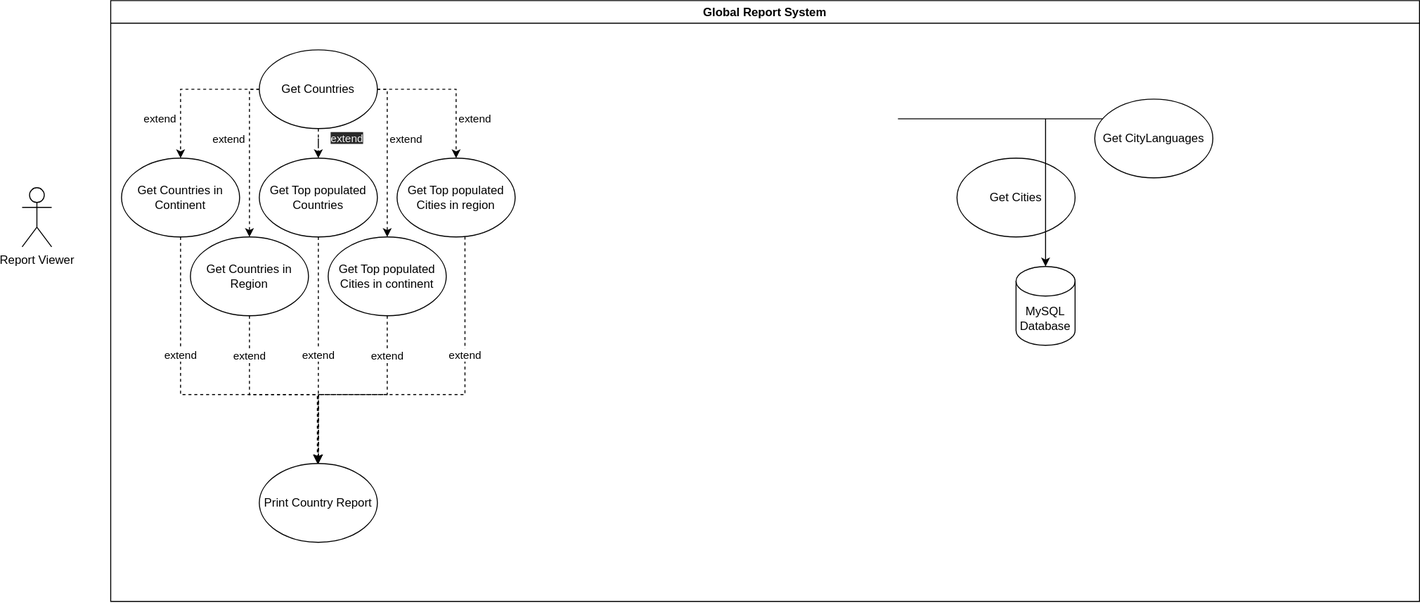
GregEwens/sem keeps this draw.io diagram as use_cases/use_cases.svg. Above is the earlier version. Source tidied: cells renumbered, new cells last; positions are measured from the earlier drawing's top-left corner, leaving out a move shared by most shapes.
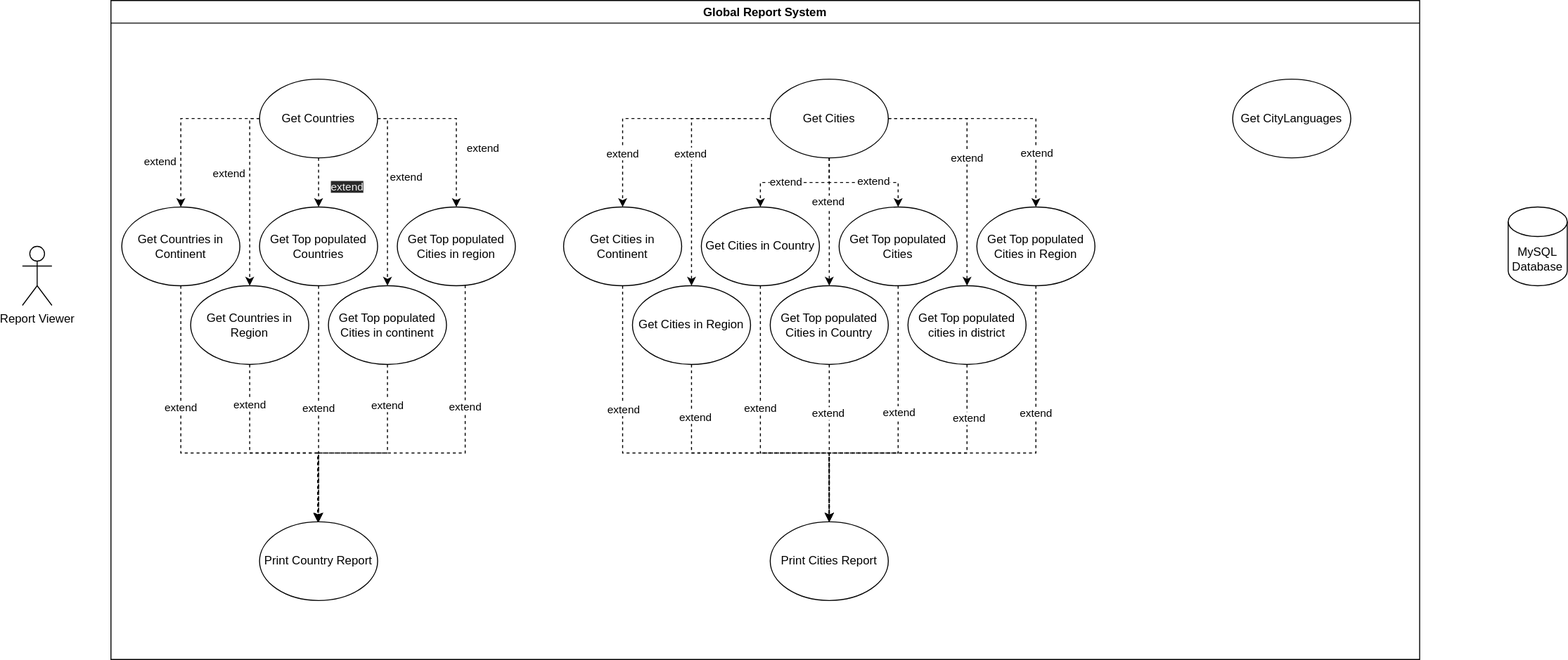
After the commit.

Commit message:
Build use case diagram work in progress

What changed in the source:
```diff
@@ -3,7 +3,7 @@
     <mxCell id="0" />
     <mxCell id="1" parent="0" />
     <mxCell id="2" value="Global Report System" style="swimlane;" parent="1" vertex="1">
-      <mxGeometry x="90" width="1330" height="610" as="geometry" />
+      <mxGeometry x="90" y="-60" width="1330" height="670" as="geometry" />
     </mxCell>
     <mxCell id="3" value="&#10;&#10;&lt;span style=&quot;color: rgb(240, 240, 240); font-family: helvetica; font-size: 11px; font-style: normal; font-weight: 400; letter-spacing: normal; text-align: center; text-indent: 0px; text-transform: none; word-spacing: 0px; background-color: rgb(42, 42, 42); display: inline; float: none;&quot;&gt;extend&lt;/span&gt;&#10;&#10;" style="edgeStyle=orthogonalEdgeStyle;rounded=0;jettySize=auto;html=1;entryX=0.5;entryY=0;entryDx=0;entryDy=0;dashed=1;" parent="2" edge="1" source="12" target="24">
       <mxGeometry x="0.2" y="29" relative="1" as="geometry" />
@@ -27,7 +27,7 @@
     <mxCell id="8" style="edgeStyle=orthogonalEdgeStyle;rounded=0;jettySize=auto;html=1;dashed=1;" parent="2" edge="1" source="12" target="21">
       <mxGeometry relative="1" as="geometry">
         <Array as="points">
-          <mxPoint x="141" y="90" />
+          <mxPoint x="141" y="120" />
         </Array>
       </mxGeometry>
     </mxCell>
@@ -39,7 +39,7 @@
     <mxCell id="10" style="edgeStyle=orthogonalEdgeStyle;rounded=0;jettySize=auto;html=1;entryX=0.5;entryY=0;entryDx=0;entryDy=0;dashed=1;" parent="2" edge="1" source="12" target="27">
       <mxGeometry relative="1" as="geometry">
         <Array as="points">
-          <mxPoint x="281" y="90" />
+          <mxPoint x="281" y="120" />
         </Array>
       </mxGeometry>
     </mxCell>
@@ -49,22 +49,66 @@
       </mxGeometry>
     </mxCell>
     <mxCell id="12" value="Get Countries" style="ellipse;whiteSpace=wrap;html=1;" parent="2" vertex="1">
-      <mxGeometry x="151" y="50" width="120" height="80" as="geometry" />
+      <mxGeometry x="151" y="80" width="120" height="80" as="geometry" />
     </mxCell>
+    <mxCell id="34" style="edgeStyle=orthogonalEdgeStyle;rounded=0;jettySize=auto;html=1;dashed=1;" parent="2" edge="1" source="13" target="50">
+      <mxGeometry relative="1" as="geometry" />
+    </mxCell>
+    <mxCell id="35" value="extend" style="edgeLabel;html=1;align=center;verticalAlign=middle;" parent="34" vertex="1">
+      <mxGeometry x="0.55" relative="1" as="geometry" />
+    </mxCell>
+    <mxCell id="36" style="edgeStyle=orthogonalEdgeStyle;rounded=0;jettySize=auto;html=1;dashed=1;" parent="2" edge="1" source="13" target="53">
+      <mxGeometry relative="1" as="geometry" />
+    </mxCell>
+    <mxCell id="37" value="extend" style="edgeLabel;html=1;align=center;verticalAlign=middle;" parent="36" vertex="1">
+      <mxGeometry x="-0.07" y="-1" relative="1" as="geometry" />
+    </mxCell>
+    <mxCell id="38" style="edgeStyle=orthogonalEdgeStyle;rounded=0;jettySize=auto;html=1;entryX=0.5;entryY=0;entryDx=0;entryDy=0;dashed=1;" parent="2" edge="1" source="13" target="56">
+      <mxGeometry relative="1" as="geometry" />
+    </mxCell>
+    <mxCell id="39" value="extend" style="edgeLabel;html=1;align=center;verticalAlign=middle;" parent="38" vertex="1">
+      <mxGeometry x="0.15" relative="1" as="geometry" />
+    </mxCell>
+    <mxCell id="40" style="edgeStyle=orthogonalEdgeStyle;rounded=0;jettySize=auto;html=1;entryX=0.5;entryY=0;entryDx=0;entryDy=0;dashed=1;" parent="2" edge="1" source="13" target="59">
+      <mxGeometry relative="1" as="geometry" />
+    </mxCell>
+    <mxCell id="41" value="extend" style="edgeLabel;html=1;align=center;verticalAlign=middle;" parent="40" vertex="1">
+      <mxGeometry x="-0.32" y="-1" relative="1" as="geometry" />
+    </mxCell>
+    <mxCell id="42" style="edgeStyle=orthogonalEdgeStyle;rounded=0;jettySize=auto;html=1;entryX=0.5;entryY=0;entryDx=0;entryDy=0;dashed=1;" parent="2" edge="1" source="13" target="62">
+      <mxGeometry relative="1" as="geometry" />
+    </mxCell>
+    <mxCell id="43" value="extend" style="edgeLabel;html=1;align=center;verticalAlign=middle;" parent="42" vertex="1">
+      <mxGeometry x="0.16" y="1" relative="1" as="geometry" />
+    </mxCell>
+    <mxCell id="44" style="edgeStyle=orthogonalEdgeStyle;rounded=0;jettySize=auto;html=1;dashed=1;" parent="2" edge="1" source="13" target="65">
+      <mxGeometry relative="1" as="geometry" />
+    </mxCell>
+    <mxCell id="45" value="extend" style="edgeLabel;html=1;align=center;verticalAlign=middle;" parent="44" vertex="1">
+      <mxGeometry x="0.1" y="-1" relative="1" as="geometry">
+        <mxPoint x="1" y="-17" as="offset" />
+      </mxGeometry>
+    </mxCell>
+    <mxCell id="46" style="edgeStyle=orthogonalEdgeStyle;rounded=0;jettySize=auto;html=1;dashed=1;" parent="2" edge="1" source="13" target="68">
+      <mxGeometry relative="1" as="geometry" />
+    </mxCell>
+    <mxCell id="47" value="extend" style="edgeLabel;html=1;align=center;verticalAlign=middle;" parent="46" vertex="1">
+      <mxGeometry x="0.54" y="1" relative="1" as="geometry" />
+    </mxCell>
     <mxCell id="13" value="Get Cities" style="ellipse;whiteSpace=wrap;html=1;" parent="2" vertex="1">
-      <mxGeometry x="860" y="160" width="120" height="80" as="geometry" />
+      <mxGeometry x="670" y="80" width="120" height="80" as="geometry" />
     </mxCell>
     <mxCell id="14" value="Get CityLanguages" style="ellipse;whiteSpace=wrap;html=1;" parent="2" vertex="1">
-      <mxGeometry x="1000" y="100" width="120" height="80" as="geometry" />
+      <mxGeometry x="1140" y="80" width="120" height="80" as="geometry" />
     </mxCell>
     <mxCell id="15" value="Print Country Report" style="ellipse;whiteSpace=wrap;html=1;" parent="2" vertex="1">
-      <mxGeometry x="151" y="470" width="120" height="80" as="geometry" />
+      <mxGeometry x="151" y="530" width="120" height="80" as="geometry" />
     </mxCell>
     <mxCell id="16" style="edgeStyle=orthogonalEdgeStyle;rounded=0;jettySize=auto;html=1;dashed=1;" parent="2" edge="1" source="18" target="15">
       <mxGeometry relative="1" as="geometry">
         <Array as="points">
-          <mxPoint x="71" y="400" />
-          <mxPoint x="211" y="400" />
+          <mxPoint x="71" y="460" />
+          <mxPoint x="211" y="460" />
         </Array>
       </mxGeometry>
     </mxCell>
@@ -74,13 +118,13 @@
       </mxGeometry>
     </mxCell>
     <mxCell id="18" value="Get Countries in Continent" style="ellipse;whiteSpace=wrap;html=1;" parent="2" vertex="1">
-      <mxGeometry x="11" y="160" width="120" height="80" as="geometry" />
+      <mxGeometry x="11" y="210" width="120" height="80" as="geometry" />
     </mxCell>
     <mxCell id="19" style="edgeStyle=orthogonalEdgeStyle;rounded=0;jettySize=auto;html=1;entryX=0.5;entryY=0;entryDx=0;entryDy=0;dashed=1;" parent="2" edge="1" source="21" target="15">
       <mxGeometry relative="1" as="geometry">
         <Array as="points">
-          <mxPoint x="141" y="400" />
-          <mxPoint x="211" y="400" />
+          <mxPoint x="141" y="460" />
+          <mxPoint x="211" y="460" />
         </Array>
       </mxGeometry>
     </mxCell>
@@ -90,7 +134,7 @@
       </mxGeometry>
     </mxCell>
     <mxCell id="21" value="Get Countries in Region" style="ellipse;whiteSpace=wrap;html=1;" parent="2" vertex="1">
-      <mxGeometry x="81" y="240" width="120" height="80" as="geometry" />
+      <mxGeometry x="81" y="290" width="120" height="80" as="geometry" />
     </mxCell>
     <mxCell id="22" style="edgeStyle=orthogonalEdgeStyle;rounded=0;jettySize=auto;html=1;entryX=0.5;entryY=0;entryDx=0;entryDy=0;dashed=1;" parent="2" edge="1" source="24" target="15">
       <mxGeometry relative="1" as="geometry" />
@@ -101,13 +145,13 @@
       </mxGeometry>
     </mxCell>
     <mxCell id="24" value="Get Top populated Countries" style="ellipse;whiteSpace=wrap;html=1;" parent="2" vertex="1">
-      <mxGeometry x="151" y="160" width="120" height="80" as="geometry" />
+      <mxGeometry x="151" y="210" width="120" height="80" as="geometry" />
     </mxCell>
     <mxCell id="25" style="edgeStyle=orthogonalEdgeStyle;rounded=0;jettySize=auto;html=1;entryX=0.5;entryY=0;entryDx=0;entryDy=0;dashed=1;" parent="2" edge="1" source="27" target="15">
       <mxGeometry relative="1" as="geometry">
         <Array as="points">
-          <mxPoint x="281" y="400" />
-          <mxPoint x="211" y="400" />
+          <mxPoint x="281" y="460" />
+          <mxPoint x="211" y="460" />
         </Array>
       </mxGeometry>
     </mxCell>
@@ -117,25 +161,113 @@
       </mxGeometry>
     </mxCell>
     <mxCell id="27" value="Get Top populated Cities in continent" style="ellipse;whiteSpace=wrap;html=1;" parent="2" vertex="1">
-      <mxGeometry x="221" y="240" width="120" height="80" as="geometry" />
+      <mxGeometry x="221" y="290" width="120" height="80" as="geometry" />
     </mxCell>
     <mxCell id="28" value="&lt;span&gt;Get Top populated Cities in region&lt;/span&gt;" style="ellipse;whiteSpace=wrap;html=1;" parent="2" vertex="1">
-      <mxGeometry x="291" y="160" width="120" height="80" as="geometry" />
+      <mxGeometry x="291" y="210" width="120" height="80" as="geometry" />
     </mxCell>
+    <mxCell id="48" style="edgeStyle=orthogonalEdgeStyle;rounded=0;jettySize=auto;html=1;dashed=1;" parent="2" edge="1" source="50" target="69">
+      <mxGeometry relative="1" as="geometry">
+        <Array as="points">
+          <mxPoint x="520" y="460" />
+          <mxPoint x="730" y="460" />
+        </Array>
+      </mxGeometry>
+    </mxCell>
+    <mxCell id="49" value="extend" style="edgeLabel;html=1;align=center;verticalAlign=middle;" parent="48" vertex="1">
+      <mxGeometry x="-0.44" y="1" relative="1" as="geometry" />
+    </mxCell>
+    <mxCell id="50" value="Get Cities in Continent" style="ellipse;whiteSpace=wrap;html=1;" parent="2" vertex="1">
+      <mxGeometry x="460" y="210" width="120" height="80" as="geometry" />
+    </mxCell>
+    <mxCell id="51" style="edgeStyle=orthogonalEdgeStyle;rounded=0;jettySize=auto;html=1;dashed=1;" parent="2" edge="1" source="53" target="69">
+      <mxGeometry relative="1" as="geometry">
+        <Array as="points">
+          <mxPoint x="590" y="460" />
+          <mxPoint x="730" y="460" />
+        </Array>
+      </mxGeometry>
+    </mxCell>
+    <mxCell id="52" value="extend" style="edgeLabel;html=1;align=center;verticalAlign=middle;" parent="51" vertex="1">
+      <mxGeometry x="-0.64" y="4" relative="1" as="geometry" />
+    </mxCell>
+    <mxCell id="53" value="&lt;span&gt;Get Cities in Region&lt;/span&gt;" style="ellipse;whiteSpace=wrap;html=1;" parent="2" vertex="1">
+      <mxGeometry x="530" y="290" width="120" height="80" as="geometry" />
+    </mxCell>
+    <mxCell id="54" style="edgeStyle=orthogonalEdgeStyle;rounded=0;jettySize=auto;html=1;dashed=1;" parent="2" edge="1" source="56" target="69">
+      <mxGeometry relative="1" as="geometry">
+        <Array as="points">
+          <mxPoint x="660" y="460" />
+          <mxPoint x="730" y="460" />
+        </Array>
+      </mxGeometry>
+    </mxCell>
+    <mxCell id="55" value="extend" style="edgeLabel;html=1;align=center;verticalAlign=middle;" parent="54" vertex="1">
+      <mxGeometry x="-0.2" relative="1" as="geometry" />
+    </mxCell>
+    <mxCell id="56" value="&lt;span&gt;Get Cities in Country&lt;/span&gt;" style="ellipse;whiteSpace=wrap;html=1;" parent="2" vertex="1">
+      <mxGeometry x="600" y="210" width="120" height="80" as="geometry" />
+    </mxCell>
+    <mxCell id="57" style="edgeStyle=orthogonalEdgeStyle;rounded=0;jettySize=auto;html=1;dashed=1;" parent="2" edge="1" source="59" target="69">
+      <mxGeometry relative="1" as="geometry" />
+    </mxCell>
+    <mxCell id="58" value="extend" style="edgeLabel;html=1;align=center;verticalAlign=middle;" parent="57" vertex="1">
+      <mxGeometry x="-0.38" y="-1" relative="1" as="geometry" />
+    </mxCell>
+    <mxCell id="59" value="&lt;span&gt;Get Top populated Cities in Country&lt;/span&gt;" style="ellipse;whiteSpace=wrap;html=1;" parent="2" vertex="1">
+      <mxGeometry x="670" y="290" width="120" height="80" as="geometry" />
+    </mxCell>
+    <mxCell id="60" style="edgeStyle=orthogonalEdgeStyle;rounded=0;jettySize=auto;html=1;dashed=1;" parent="2" edge="1" source="62" target="69">
+      <mxGeometry relative="1" as="geometry">
+        <Array as="points">
+          <mxPoint x="800" y="460" />
+          <mxPoint x="730" y="460" />
+        </Array>
+      </mxGeometry>
+    </mxCell>
+    <mxCell id="61" value="extend" style="edgeLabel;html=1;align=center;verticalAlign=middle;" parent="60" vertex="1">
+      <mxGeometry x="-0.17" y="1" relative="1" as="geometry" />
+    </mxCell>
+    <mxCell id="62" value="&lt;span&gt;Get Top populated Cities&lt;/span&gt;" style="ellipse;whiteSpace=wrap;html=1;" parent="2" vertex="1">
+      <mxGeometry x="740" y="210" width="120" height="80" as="geometry" />
+    </mxCell>
+    <mxCell id="63" style="edgeStyle=orthogonalEdgeStyle;rounded=0;jettySize=auto;html=1;dashed=1;" parent="2" edge="1" source="65" target="69">
+      <mxGeometry relative="1" as="geometry">
+        <Array as="points">
+          <mxPoint x="870" y="460" />
+          <mxPoint x="730" y="460" />
+        </Array>
+      </mxGeometry>
+    </mxCell>
+    <mxCell id="64" value="extend" style="edgeLabel;html=1;align=center;verticalAlign=middle;" parent="63" vertex="1">
+      <mxGeometry x="-0.64" y="2" relative="1" as="geometry" />
+    </mxCell>
+    <mxCell id="65" value="&lt;span&gt;Get Top populated cities in district&lt;/span&gt;" style="ellipse;whiteSpace=wrap;html=1;" parent="2" vertex="1">
+      <mxGeometry x="810" y="290" width="120" height="80" as="geometry" />
+    </mxCell>
+    <mxCell id="66" style="edgeStyle=orthogonalEdgeStyle;rounded=0;jettySize=auto;html=1;dashed=1;" parent="2" edge="1" source="68" target="69">
+      <mxGeometry relative="1" as="geometry">
+        <Array as="points">
+          <mxPoint x="940" y="460" />
+          <mxPoint x="730" y="460" />
+        </Array>
+      </mxGeometry>
+    </mxCell>
+    <mxCell id="67" value="extend" style="edgeLabel;html=1;align=center;verticalAlign=middle;" parent="66" vertex="1">
+      <mxGeometry x="-0.42" relative="1" as="geometry" />
+    </mxCell>
+    <mxCell id="68" value="&lt;span&gt;Get Top populated Cities in Region&lt;/span&gt;" style="ellipse;whiteSpace=wrap;html=1;" parent="2" vertex="1">
+      <mxGeometry x="880" y="210" width="120" height="80" as="geometry" />
+    </mxCell>
+    <mxCell id="69" value="Print Cities Report" style="ellipse;whiteSpace=wrap;html=1;" parent="2" vertex="1">
+      <mxGeometry x="670" y="530" width="120" height="80" as="geometry" />
+    </mxCell>
     <mxCell id="29" value="Report Viewer" style="shape=umlActor;verticalLabelPosition=bottom;verticalAlign=top;html=1;" parent="1" vertex="1">
       <mxGeometry y="190" width="30" height="60" as="geometry" />
     </mxCell>
     <mxCell id="30" value="MySQL Database" style="shape=cylinder3;whiteSpace=wrap;html=1;boundedLbl=1;backgroundOutline=1;size=15;" parent="1" vertex="1">
-      <mxGeometry x="1010" y="270" width="60" height="80" as="geometry" />
+      <mxGeometry x="1510" y="150" width="60" height="80" as="geometry" />
     </mxCell>
-    <mxCell id="31" style="edgeStyle=orthogonalEdgeStyle;rounded=0;jettySize=auto;html=1;" parent="1" edge="1" source="14" target="30">
-      <mxGeometry relative="1" as="geometry">
-        <Array as="points">
-          <mxPoint x="890" y="120" />
-          <mxPoint x="1040" y="120" />
-        </Array>
-      </mxGeometry>
-    </mxCell>
     <mxCell id="32" style="edgeStyle=orthogonalEdgeStyle;rounded=0;jettySize=auto;html=1;dashed=1;" parent="1" edge="1" source="28">
       <mxGeometry relative="1" as="geometry">
         <mxPoint x="300" y="470" as="targetPoint" />
```
